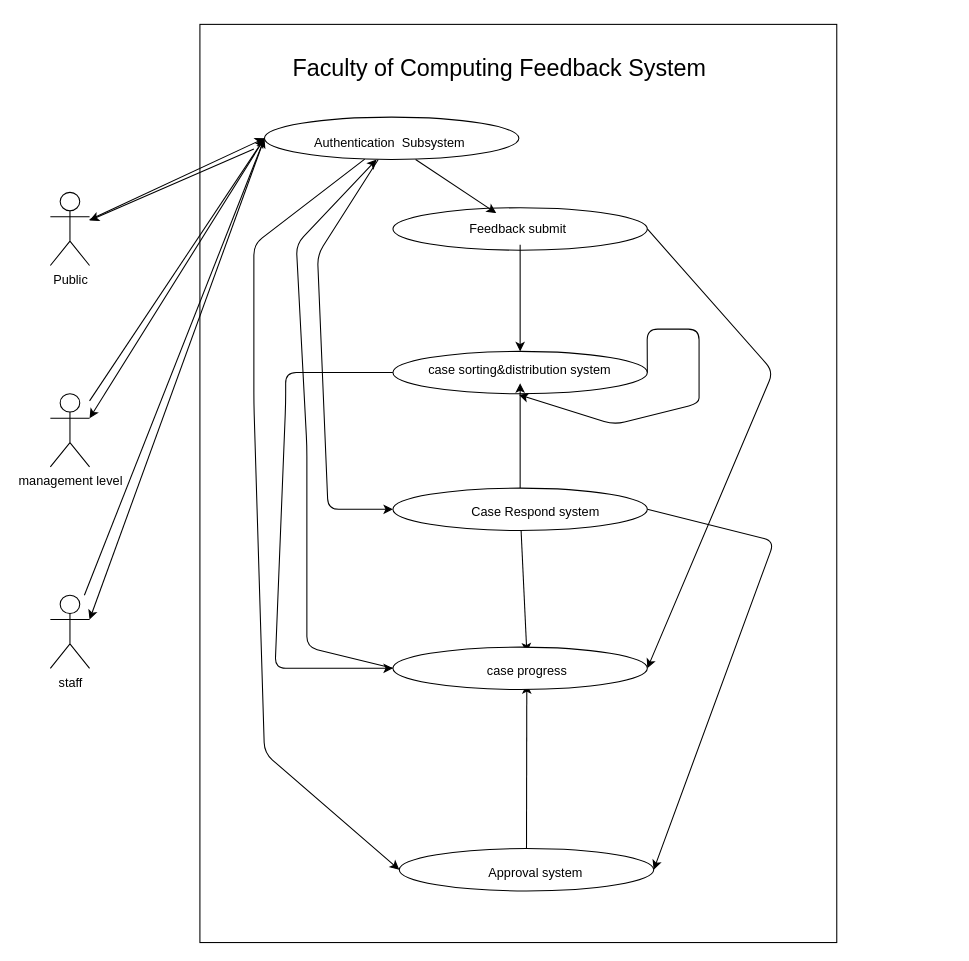
The draw.io diagram page "usecase" (2 of 4) of project/drawio/lastminpotential/UML.drawio in drshahizan/software-engineering, before the edit. Source tidied: cells renumbered, new cells numbered last; positions are measured from the earlier drawing's top-left corner, leaving out a move shared by most shapes. Both pictures are drawn from the tidied source at 106%, with x=0, y=0 at pixel (50, 53).
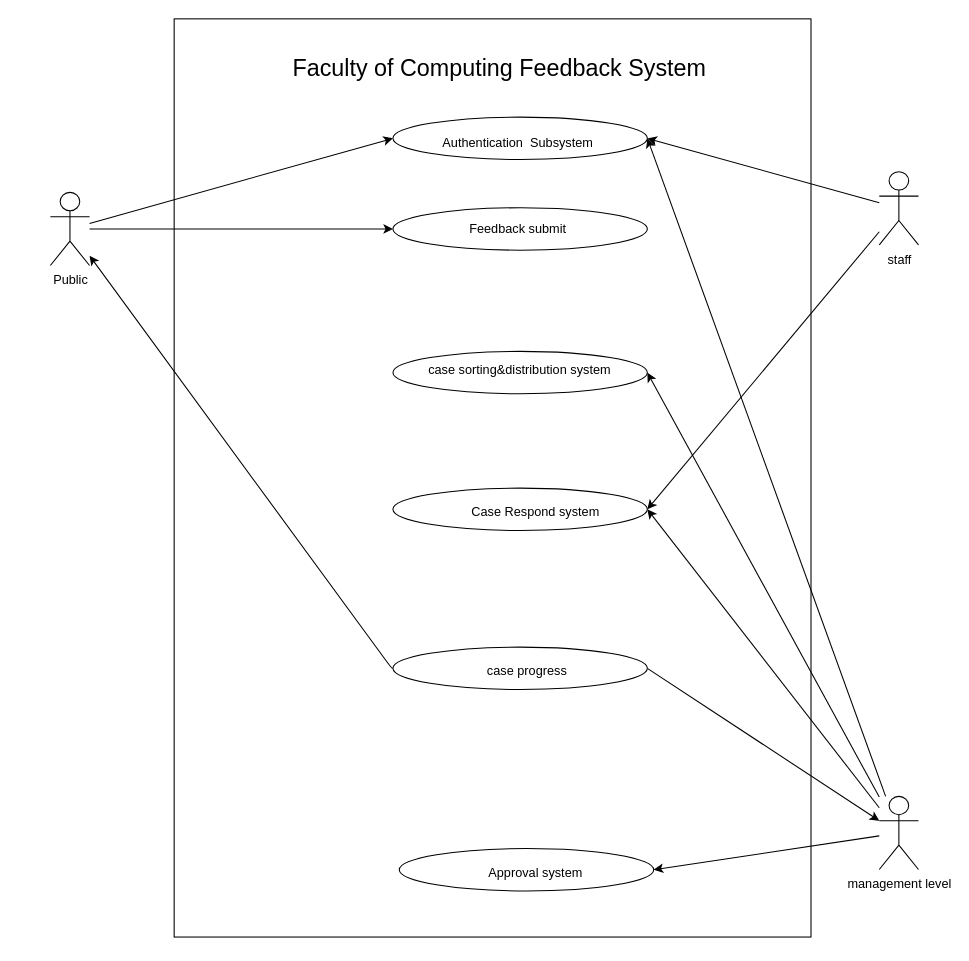
The same page after the edit.

The change refers to these unchanged cells:
```xml
<mxCell id="5" value="Public" style="shape=umlActor;verticalLabelPosition=bottom;verticalAlign=top;html=1;outlineConnect=0;" parent="1" vertex="1">
  <mxGeometry y="131" width="37" height="69" as="geometry" />
</mxCell>
<mxCell id="17" style="ellipse;whiteSpace=wrap;html=1;fontSize=22;" parent="1" vertex="1">
  <mxGeometry x="323.2" y="145.5" width="240" height="40" as="geometry" />
</mxCell>
<mxCell id="19" style="ellipse;whiteSpace=wrap;html=1;fontSize=22;" parent="1" vertex="1">
  <mxGeometry x="323.2" y="281" width="240" height="40" as="geometry" />
</mxCell>
<mxCell id="23" style="ellipse;whiteSpace=wrap;html=1;fontSize=22;" parent="1" vertex="1">
  <mxGeometry x="323.2" y="410" width="240" height="40" as="geometry" />
</mxCell>
<mxCell id="27" value="Feedback submit&amp;nbsp;" style="text;html=1;strokeColor=none;fillColor=none;align=center;verticalAlign=middle;whiteSpace=wrap;rounded=0;" parent="1" vertex="1">
  <mxGeometry x="368.2" y="150.5" width="150" height="30" as="geometry" />
</mxCell>
<mxCell id="28" value="&lt;span style=&quot;font-size: 12px;&quot;&gt;case sorting&amp;amp;distribution system&lt;/span&gt;" style="text;html=1;strokeColor=none;fillColor=none;align=center;verticalAlign=middle;whiteSpace=wrap;rounded=0;fontSize=22;" parent="1" vertex="1">
  <mxGeometry x="353.2" y="281" width="180" height="30" as="geometry" />
</mxCell>
<mxCell id="31" style="ellipse;whiteSpace=wrap;html=1;fontSize=22;" parent="1" vertex="1">
  <mxGeometry x="329.2" y="750" width="240" height="40" as="geometry" />
</mxCell>
<mxCell id="33" style="ellipse;whiteSpace=wrap;html=1;fontSize=22;" parent="1" vertex="1">
  <mxGeometry x="323.2" y="560" width="240" height="40" as="geometry" />
</mxCell>
<mxCell id="34" value="&lt;span style=&quot;font-size: 12px;&quot;&gt;case progress&lt;/span&gt;" style="text;html=1;strokeColor=none;fillColor=none;align=center;verticalAlign=middle;whiteSpace=wrap;rounded=0;fontSize=22;" parent="1" vertex="1">
  <mxGeometry x="384.5" y="565" width="130" height="30" as="geometry" />
</mxCell>
```

What changed in the source:
```diff
@@
     <mxCell id="2" style="rounded=0;whiteSpace=wrap;html=1;rotation=90;" parent="1" vertex="1">
-      <mxGeometry x="8.4" y="105.2" width="866.2" height="600.8" as="geometry" />
+      <mxGeometry x="-15.9" y="100" width="866.2" height="600.8" as="geometry" />
     </mxCell>
@@
+    <mxCell id="37" style="edgeStyle=none;html=1;entryX=0;entryY=0.5;entryDx=0;entryDy=0;" parent="1" edge="1" source="5" target="17">
+      <mxGeometry relative="1" as="geometry" />
+    </mxCell>
-    <mxCell id="4" style="edgeStyle=none;html=1;entryX=0;entryY=0.5;entryDx=0;entryDy=0;fontSize=22;" parent="1" edge="1" source="5" target="15">
+    <mxCell id="4" style="edgeStyle=none;html=1;entryX=0;entryY=0.5;entryDx=0;entryDy=0;" parent="1" edge="1" source="5" target="15">
       <mxGeometry relative="1" as="geometry" />
     </mxCell>
@@
-    <mxCell id="6" style="edgeStyle=none;html=1;entryX=0;entryY=0.5;entryDx=0;entryDy=0;fontSize=22;" parent="1" edge="1" source="7" target="15">
+    <mxCell id="6" style="edgeStyle=none;html=1;entryX=1;entryY=0.5;entryDx=0;entryDy=0;" parent="1" edge="1" source="7" target="15">
       <mxGeometry relative="1" as="geometry" />
     </mxCell>
+    <mxCell id="38" style="edgeStyle=none;html=1;entryX=1;entryY=0.5;entryDx=0;entryDy=0;" parent="1" edge="1" source="7" target="23">
+      <mxGeometry relative="1" as="geometry" />
+    </mxCell>
     <mxCell id="7" value="staff" style="shape=umlActor;verticalLabelPosition=bottom;verticalAlign=top;html=1;outlineConnect=0;" parent="1" vertex="1">
-      <mxGeometry y="511" width="37" height="69" as="geometry" />
+      <mxGeometry x="782" y="111.5" width="37" height="69" as="geometry" />
     </mxCell>
+    <mxCell id="39" style="edgeStyle=none;html=1;entryX=1;entryY=0.5;entryDx=0;entryDy=0;" parent="1" edge="1" source="9" target="31">
+      <mxGeometry relative="1" as="geometry" />
+    </mxCell>
+    <mxCell id="40" style="edgeStyle=none;html=1;entryX=1;entryY=0.5;entryDx=0;entryDy=0;" parent="1" edge="1" source="9" target="23">
+      <mxGeometry relative="1" as="geometry" />
+    </mxCell>
+    <mxCell id="41" style="edgeStyle=none;html=1;entryX=1;entryY=0.5;entryDx=0;entryDy=0;" parent="1" edge="1" source="9" target="19">
+      <mxGeometry relative="1" as="geometry" />
+    </mxCell>
-    <mxCell id="8" style="edgeStyle=none;html=1;entryX=0;entryY=0.5;entryDx=0;entryDy=0;fontSize=22;" parent="1" edge="1" source="9" target="15">
+    <mxCell id="8" style="edgeStyle=none;html=1;entryX=1;entryY=0.5;entryDx=0;entryDy=0;" parent="1" edge="1" source="9" target="15">
       <mxGeometry relative="1" as="geometry" />
     </mxCell>
     <mxCell id="9" value="management level" style="shape=umlActor;verticalLabelPosition=bottom;verticalAlign=top;html=1;outlineConnect=0;" parent="1" vertex="1">
-      <mxGeometry y="321" width="37" height="69" as="geometry" />
+      <mxGeometry x="782" y="700.8" width="37" height="69" as="geometry" />
     </mxCell>
-    <mxCell id="10" style="edgeStyle=none;html=1;fontSize=22;entryX=0;entryY=0.5;entryDx=0;entryDy=0;" parent="1" edge="1" source="15" target="31">
-      <mxGeometry relative="1" as="geometry">
-        <Array as="points">
-          <mxPoint x="192" y="180" />
-          <mxPoint x="192" y="330" />
-          <mxPoint x="202" y="660" />
-        </Array>
-      </mxGeometry>
-    </mxCell>
-    <mxCell id="11" style="edgeStyle=none;html=1;fontSize=22;" parent="1" edge="1" target="5">
-      <mxGeometry relative="1" as="geometry">
-        <mxPoint x="192" y="90" as="sourcePoint" />
-      </mxGeometry>
-    </mxCell>
-    <mxCell id="12" style="edgeStyle=none;html=1;entryX=1;entryY=0.3333333333333333;entryDx=0;entryDy=0;entryPerimeter=0;fontSize=22;exitX=0;exitY=0.5;exitDx=0;exitDy=0;" parent="1" edge="1" source="15" target="9">
-      <mxGeometry relative="1" as="geometry" />
-    </mxCell>
-    <mxCell id="13" style="edgeStyle=none;html=1;entryX=1;entryY=0.3333333333333333;entryDx=0;entryDy=0;entryPerimeter=0;fontSize=22;exitX=0;exitY=0.5;exitDx=0;exitDy=0;" parent="1" edge="1" source="15" target="7">
-      <mxGeometry relative="1" as="geometry" />
-    </mxCell>
-    <mxCell id="14" style="edgeStyle=none;html=1;entryX=0;entryY=0.5;entryDx=0;entryDy=0;fontSize=22;" parent="1" edge="1" source="15" target="23">
-      <mxGeometry relative="1" as="geometry">
-        <Array as="points">
-          <mxPoint x="252" y="190" />
-          <mxPoint x="262" y="430" />
-        </Array>
-      </mxGeometry>
-    </mxCell>
     <mxCell id="15" style="ellipse;whiteSpace=wrap;html=1;fontSize=22;" parent="1" vertex="1">
-      <mxGeometry x="202" y="60" width="240" height="40" as="geometry" />
+      <mxGeometry x="323.2" y="60" width="240" height="40" as="geometry" />
     </mxCell>
-    <mxCell id="16" style="edgeStyle=none;html=1;entryX=1;entryY=0.5;entryDx=0;entryDy=0;fontSize=22;exitX=1;exitY=0.5;exitDx=0;exitDy=0;" parent="1" edge="1" source="17" target="33">
-      <mxGeometry relative="1" as="geometry">
-        <Array as="points">
-          <mxPoint x="682" y="300" />
-        </Array>
-      </mxGeometry>
-    </mxCell>
@@
-    <mxCell id="18" style="edgeStyle=none;html=1;entryX=0;entryY=0.5;entryDx=0;entryDy=0;fontSize=22;exitX=0;exitY=0.5;exitDx=0;exitDy=0;" parent="1" edge="1" source="19" target="33">
-      <mxGeometry relative="1" as="geometry">
-        <Array as="points">
-          <mxPoint x="222" y="301" />
-          <mxPoint x="222" y="330" />
-          <mxPoint x="212" y="580" />
-        </Array>
-      </mxGeometry>
-    </mxCell>
@@
-    <mxCell id="20" style="edgeStyle=none;html=1;fontSize=22;" parent="1" edge="1" source="23" target="28">
-      <mxGeometry relative="1" as="geometry" />
-    </mxCell>
-    <mxCell id="21" style="edgeStyle=none;html=1;entryX=1;entryY=0.5;entryDx=0;entryDy=0;fontSize=22;exitX=1;exitY=0.5;exitDx=0;exitDy=0;" parent="1" edge="1" source="23" target="31">
-      <mxGeometry relative="1" as="geometry">
-        <Array as="points">
-          <mxPoint x="683" y="460" />
-        </Array>
-      </mxGeometry>
-    </mxCell>
-    <mxCell id="22" style="edgeStyle=none;html=1;entryX=0.5;entryY=0;entryDx=0;entryDy=0;fontSize=22;" parent="1" edge="1" source="23" target="34">
-      <mxGeometry relative="1" as="geometry" />
-    </mxCell>
@@
-    <mxCell id="24" style="edgeStyle=none;html=1;fontSize=22;" parent="1" edge="1" source="25" target="27">
-      <mxGeometry relative="1" as="geometry" />
-    </mxCell>
     <mxCell id="25" value="Authentication&amp;nbsp; Subsystem&amp;nbsp;" style="text;html=1;strokeColor=none;fillColor=none;align=center;verticalAlign=middle;whiteSpace=wrap;rounded=0;" parent="1" vertex="1">
-      <mxGeometry x="247" y="70" width="150" height="30" as="geometry" />
+      <mxGeometry x="368.2" y="70" width="150" height="30" as="geometry" />
     </mxCell>
-    <mxCell id="26" style="edgeStyle=none;html=1;fontSize=22;" parent="1" edge="1" source="27" target="28">
-      <mxGeometry relative="1" as="geometry" />
-    </mxCell>
@@
-    <mxCell id="30" style="edgeStyle=none;html=1;fontSize=22;" parent="1" edge="1" source="31" target="34">
-      <mxGeometry relative="1" as="geometry" />
-    </mxCell>
@@
-    <mxCell id="32" style="edgeStyle=none;html=1;fontSize=22;exitX=0;exitY=0.5;exitDx=0;exitDy=0;" parent="1" edge="1" source="33" target="25">
-      <mxGeometry relative="1" as="geometry">
-        <Array as="points">
-          <mxPoint x="242" y="560" />
-          <mxPoint x="242" y="370" />
-          <mxPoint x="232" y="180" />
-        </Array>
-      </mxGeometry>
-    </mxCell>
+    <mxCell id="42" style="edgeStyle=none;html=1;" parent="1" edge="1" source="33" target="5">
+      <mxGeometry relative="1" as="geometry">
+        <Array as="points">
+          <mxPoint x="322" y="580" />
+        </Array>
+      </mxGeometry>
+    </mxCell>
+    <mxCell id="43" style="edgeStyle=none;html=1;entryX=0;entryY=0.3333333333333333;entryDx=0;entryDy=0;entryPerimeter=0;exitX=1;exitY=0.5;exitDx=0;exitDy=0;" parent="1" edge="1" source="33" target="9">
+      <mxGeometry relative="1" as="geometry" />
+    </mxCell>
@@
-    <mxCell id="36" style="edgeStyle=none;html=1;fontSize=22;exitX=1;exitY=0.5;exitDx=0;exitDy=0;" parent="1" edge="1" source="19">
-      <mxGeometry relative="1" as="geometry">
-        <mxPoint x="442" y="322" as="targetPoint" />
-        <Array as="points">
-          <mxPoint x="563" y="260" />
-          <mxPoint x="612" y="260" />
-          <mxPoint x="612" y="310" />
-          <mxPoint x="612" y="330" />
-          <mxPoint x="532" y="350" />
-        </Array>
-      </mxGeometry>
-    </mxCell>
```
